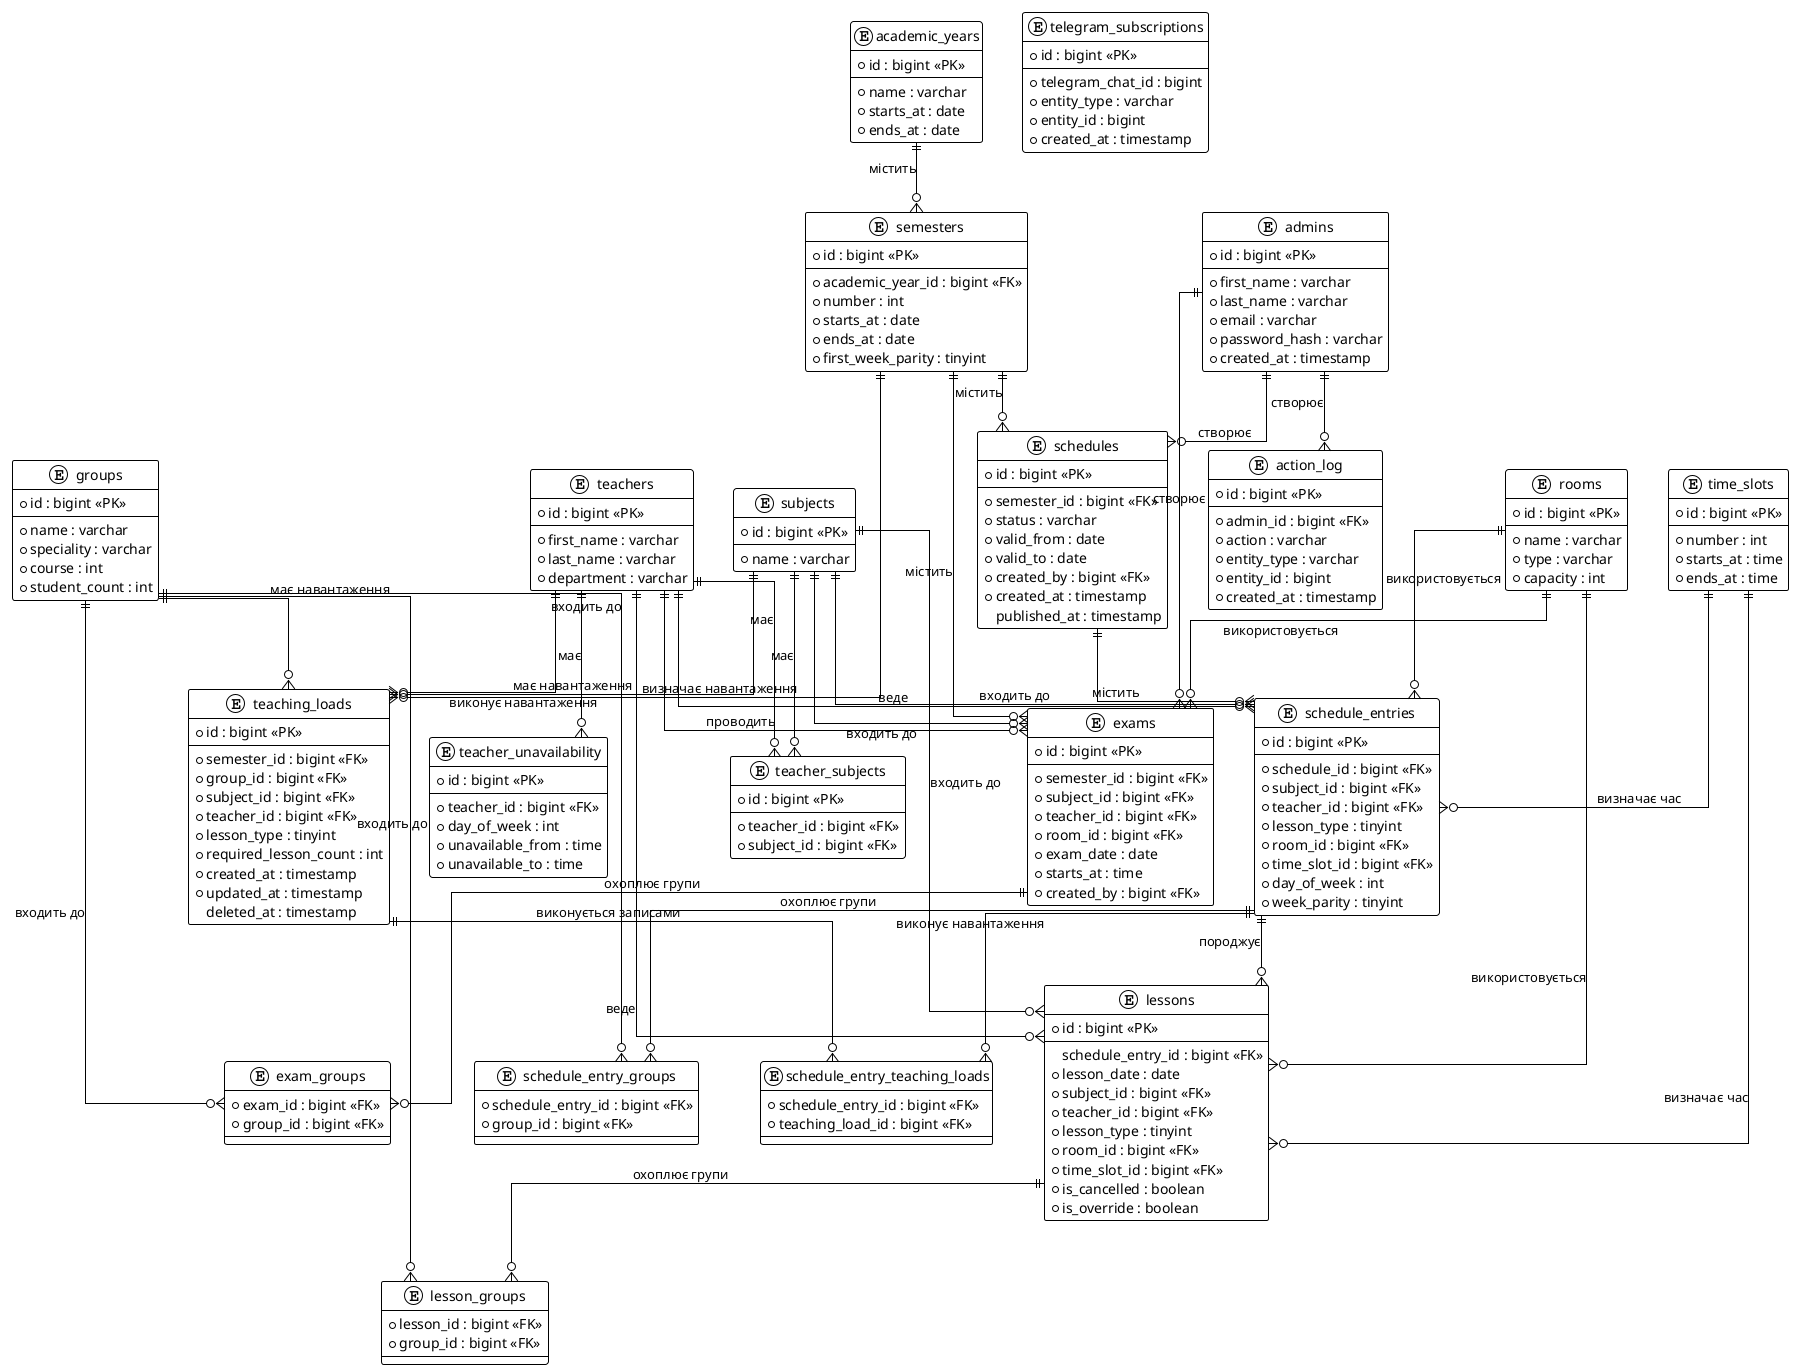
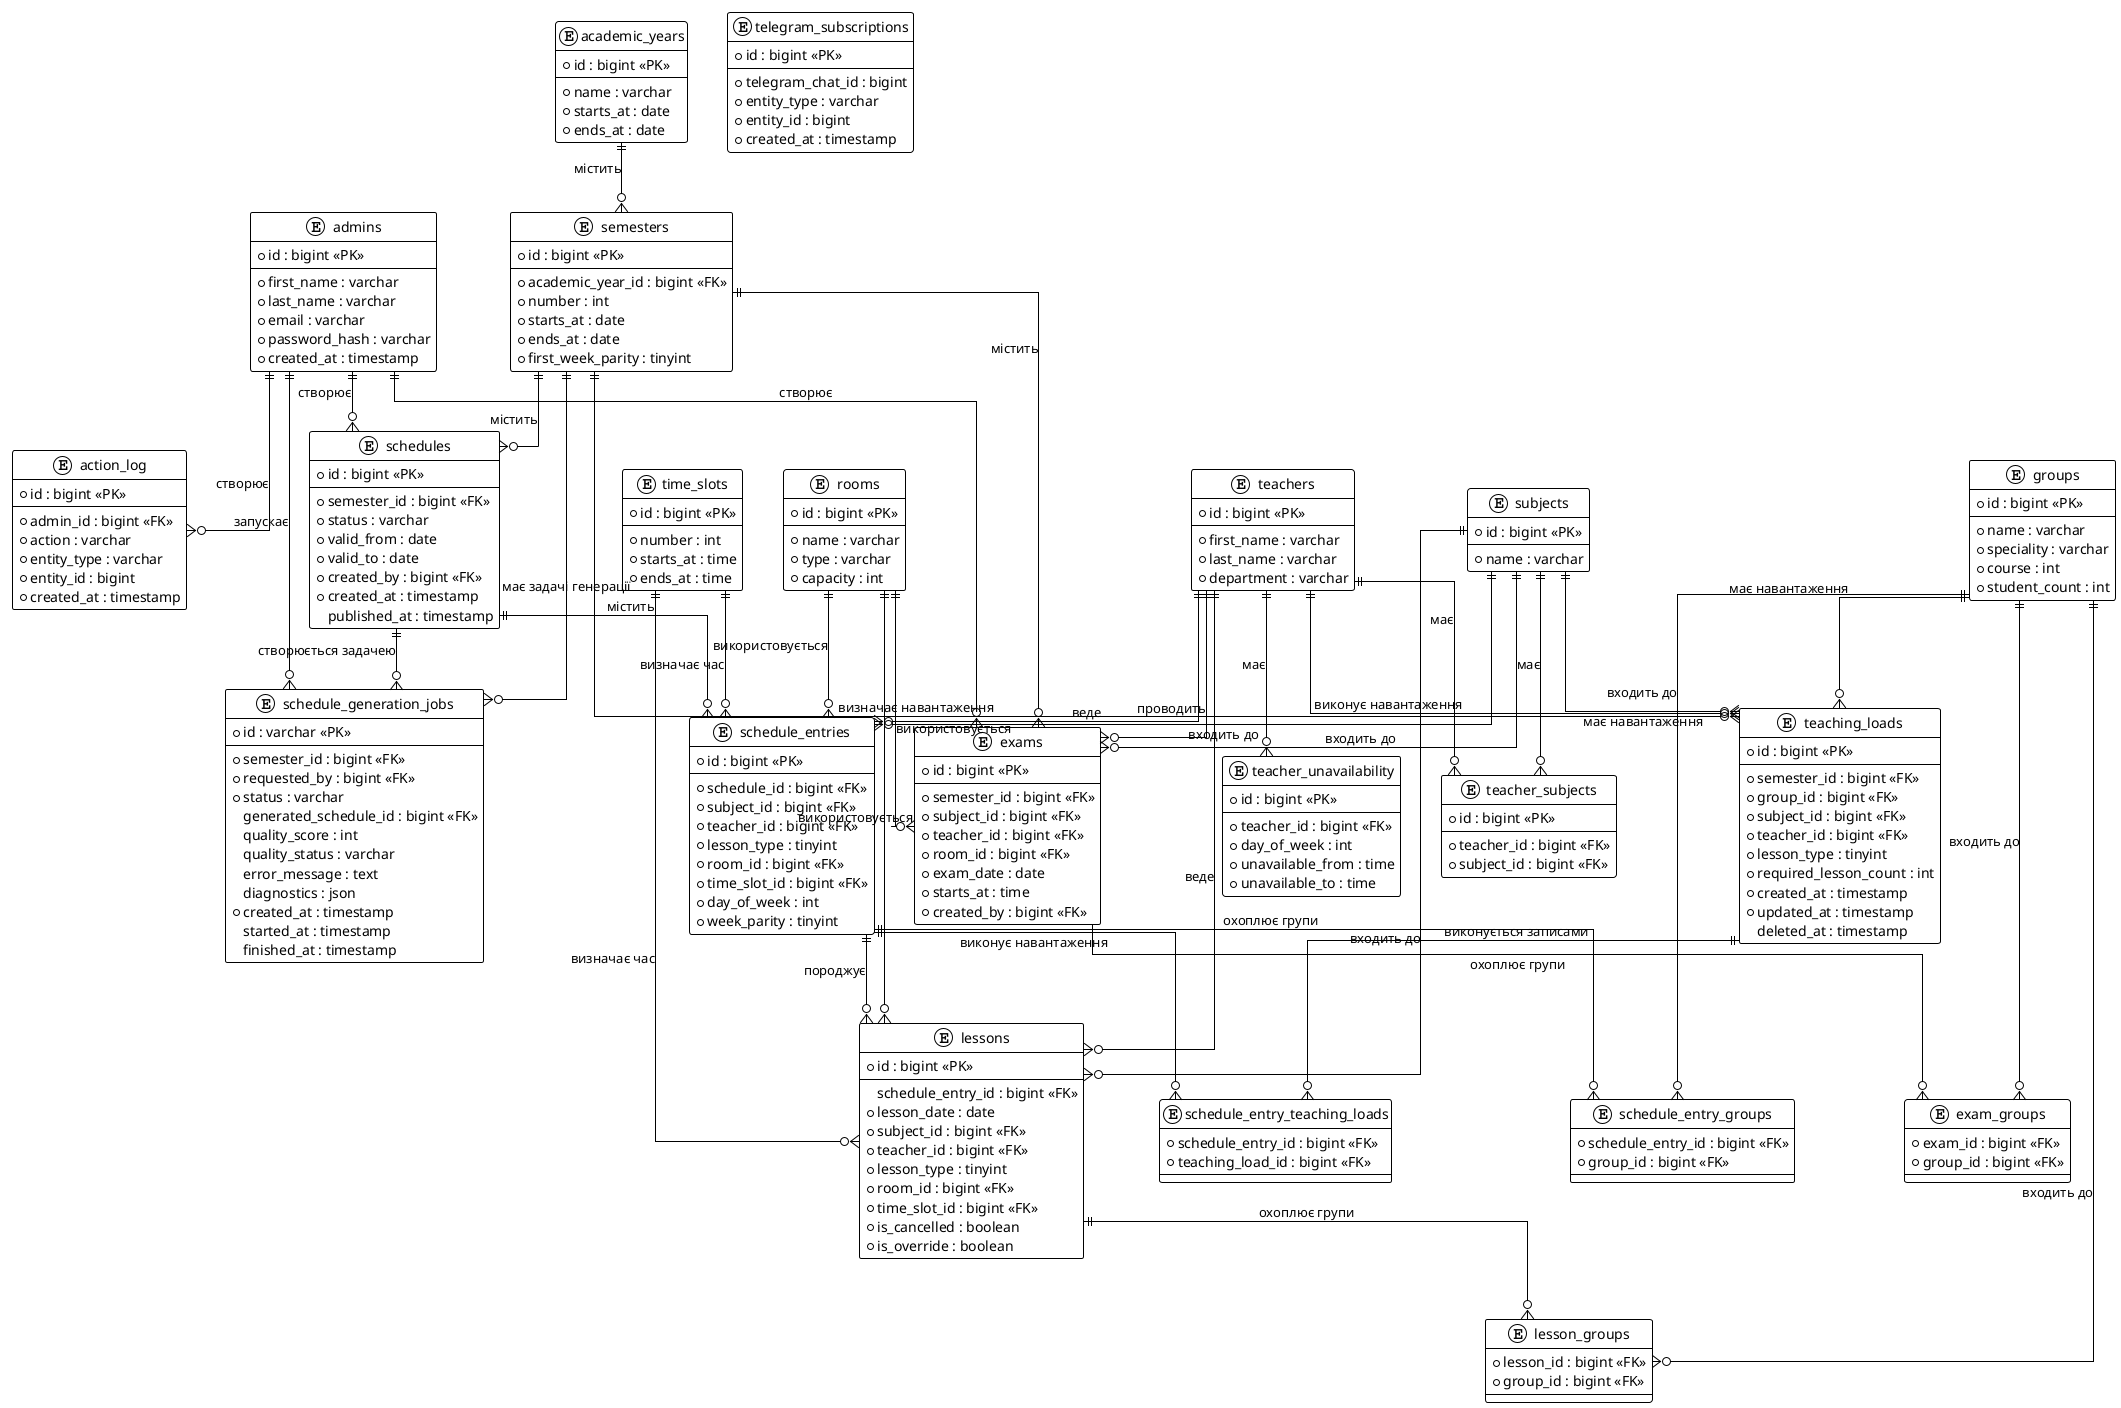
@startuml
!theme plain
skinparam linetype ortho
skinparam ranksep 60
skinparam nodesep 40

entity admins {
  * id : bigint <<PK>>
  --
  * first_name : varchar
  * last_name : varchar
  * email : varchar
  * password_hash : varchar
  * created_at : timestamp
}

entity telegram_subscriptions {
  * id : bigint <<PK>>
  --
  * telegram_chat_id : bigint
  * entity_type : varchar
  * entity_id : bigint
  * created_at : timestamp
}

entity academic_years {
  * id : bigint <<PK>>
  --
  * name : varchar
  * starts_at : date
  * ends_at : date
}

entity semesters {
  * id : bigint <<PK>>
  --
  * academic_year_id : bigint <<FK>>
  * number : int
  * starts_at : date
  * ends_at : date
  * first_week_parity : tinyint
}

entity groups {
  * id : bigint <<PK>>
  --
  * name : varchar
  * speciality : varchar
  * course : int
  * student_count : int
}

entity teachers {
  * id : bigint <<PK>>
  --
  * first_name : varchar
  * last_name : varchar
  * department : varchar
}

entity teacher_unavailability {
  * id : bigint <<PK>>
  --
  * teacher_id : bigint <<FK>>
  * day_of_week : int
  * unavailable_from : time
  * unavailable_to : time
}

entity subjects {
  * id : bigint <<PK>>
  --
  * name : varchar
}

entity teacher_subjects {
  * id : bigint <<PK>>
  --
  * teacher_id : bigint <<FK>>
  * subject_id : bigint <<FK>>
}

entity teaching_loads {
  * id : bigint <<PK>>
  --
  * semester_id : bigint <<FK>>
  * group_id : bigint <<FK>>
  * subject_id : bigint <<FK>>
  * teacher_id : bigint <<FK>>
  * lesson_type : tinyint
  * required_lesson_count : int
  * created_at : timestamp
  * updated_at : timestamp
  deleted_at : timestamp
}

entity rooms {
  * id : bigint <<PK>>
  --
  * name : varchar
  * type : varchar
  * capacity : int
}

entity time_slots {
  * id : bigint <<PK>>
  --
  * number : int
  * starts_at : time
  * ends_at : time
}

entity schedules {
  * id : bigint <<PK>>
  --
  * semester_id : bigint <<FK>>
  * status : varchar
  * valid_from : date
  * valid_to : date
  * created_by : bigint <<FK>>
  * created_at : timestamp
  published_at : timestamp
}

+ entity schedule_generation_jobs {
+   * id : varchar <<PK>>
+   --
+   * semester_id : bigint <<FK>>
+   * requested_by : bigint <<FK>>
+   * status : varchar
+   generated_schedule_id : bigint <<FK>>
+   quality_score : int
+   quality_status : varchar
+   error_message : text
+   diagnostics : json
+   * created_at : timestamp
+   started_at : timestamp
+   finished_at : timestamp
+ }
+ 
entity schedule_entries {
  * id : bigint <<PK>>
  --
  * schedule_id : bigint <<FK>>
  * subject_id : bigint <<FK>>
  * teacher_id : bigint <<FK>>
  * lesson_type : tinyint
  * room_id : bigint <<FK>>
  * time_slot_id : bigint <<FK>>
  * day_of_week : int
  * week_parity : tinyint
}

entity schedule_entry_groups {
  * schedule_entry_id : bigint <<FK>>
  * group_id : bigint <<FK>>
}

entity schedule_entry_teaching_loads {
  * schedule_entry_id : bigint <<FK>>
  * teaching_load_id : bigint <<FK>>
}

entity lessons {
  * id : bigint <<PK>>
  --
  schedule_entry_id : bigint <<FK>>
  * lesson_date : date
  * subject_id : bigint <<FK>>
  * teacher_id : bigint <<FK>>
  * lesson_type : tinyint
  * room_id : bigint <<FK>>
  * time_slot_id : bigint <<FK>>
  * is_cancelled : boolean
  * is_override : boolean
}

entity lesson_groups {
  * lesson_id : bigint <<FK>>
  * group_id : bigint <<FK>>
}

entity exams {
  * id : bigint <<PK>>
  --
  * semester_id : bigint <<FK>>
  * subject_id : bigint <<FK>>
  * teacher_id : bigint <<FK>>
  * room_id : bigint <<FK>>
  * exam_date : date
  * starts_at : time
  * created_by : bigint <<FK>>
}

entity exam_groups {
  * exam_id : bigint <<FK>>
  * group_id : bigint <<FK>>
}

entity action_log {
  * id : bigint <<PK>>
  --
  * admin_id : bigint <<FK>>
  * action : varchar
  * entity_type : varchar
  * entity_id : bigint
  * created_at : timestamp
}

admins ||--o{ action_log : "створює"
admins ||--o{ exams : "створює"
admins ||--o{ schedules : "створює"
+ admins ||--o{ schedule_generation_jobs : "запускає"

academic_years ||--o{ semesters : "містить"

semesters ||--o{ schedules : "містить"
semesters ||--o{ exams : "містить"
semesters ||--o{ teaching_loads : "визначає навантаження"
+ semesters ||--o{ schedule_generation_jobs : "має задачі генерації"

schedules ||--o{ schedule_entries : "містить"
+ schedules ||--o{ schedule_generation_jobs : "створюється задачею"

teachers ||--o{ teacher_unavailability : "має"
teachers ||--o{ teacher_subjects : "має"
teachers ||--o{ teaching_loads : "виконує навантаження"
teachers ||--o{ schedule_entries : "веде"
teachers ||--o{ lessons : "веде"
teachers ||--o{ exams : "проводить"

subjects ||--o{ teacher_subjects : "має"
subjects ||--o{ teaching_loads : "має навантаження"
subjects ||--o{ schedule_entries : "входить до"
subjects ||--o{ lessons : "входить до"
subjects ||--o{ exams : "входить до"

rooms ||--o{ schedule_entries : "використовується"
rooms ||--o{ lessons : "використовується"
rooms ||--o{ exams : "використовується"

time_slots ||--o{ schedule_entries : "визначає час"
time_slots ||--o{ lessons : "визначає час"

schedule_entries ||--o{ schedule_entry_groups : "охоплює групи"
schedule_entries ||--o{ schedule_entry_teaching_loads : "виконує навантаження"
schedule_entries ||--o{ lessons : "породжує"

teaching_loads ||--o{ schedule_entry_teaching_loads : "виконується записами"

lessons ||--o{ lesson_groups : "охоплює групи"

groups ||--o{ schedule_entry_groups : "входить до"
groups ||--o{ lesson_groups : "входить до"
groups ||--o{ exam_groups : "входить до"
groups ||--o{ teaching_loads : "має навантаження"

exams ||--o{ exam_groups : "охоплює групи"

@enduml
